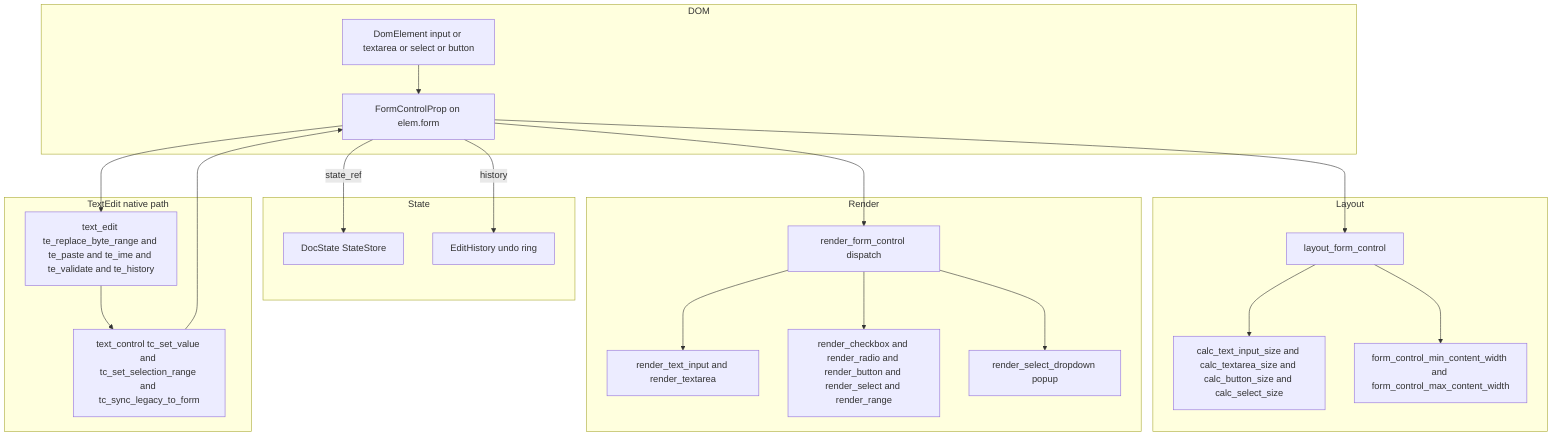
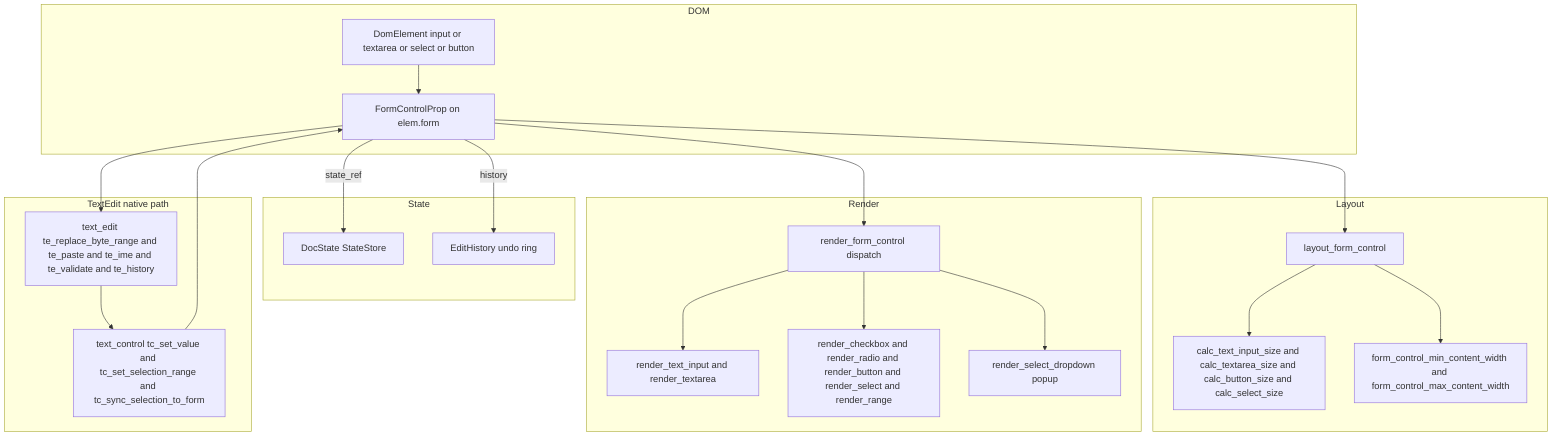
graph TB
    subgraph DOM
        E[DomElement input or textarea or select or button]
        F[FormControlProp on elem.form]
        E --> F
    end

    subgraph State
        S[DocState StateStore]
        H[EditHistory undo ring]
        F -->|state_ref| S
        F -->|history| H
    end

    subgraph Layout
        L[layout_form_control]
        LI[calc_text_input_size and calc_textarea_size and calc_button_size and calc_select_size]
        MC[form_control_min_content_width and form_control_max_content_width]
        L --> LI
        L --> MC
    end

    subgraph Render
        R[render_form_control dispatch]
        RT[render_text_input and render_textarea]
        RC[render_checkbox and render_radio and render_button and render_select and render_range]
        RD[render_select_dropdown popup]
        R --> RT
        R --> RC
        R --> RD
    end

    subgraph TextEdit native path
        TE[text_edit te_replace_byte_range and te_paste and te_ime and te_validate and te_history]
-         TC[text_control tc_set_value and tc_set_selection_range and tc_sync_legacy_to_form]
+         TC[text_control tc_set_value and tc_set_selection_range and tc_sync_selection_to_form]
        TE --> TC
    end

    F --> L
    F --> R
    F --> TE
    TC --> F
